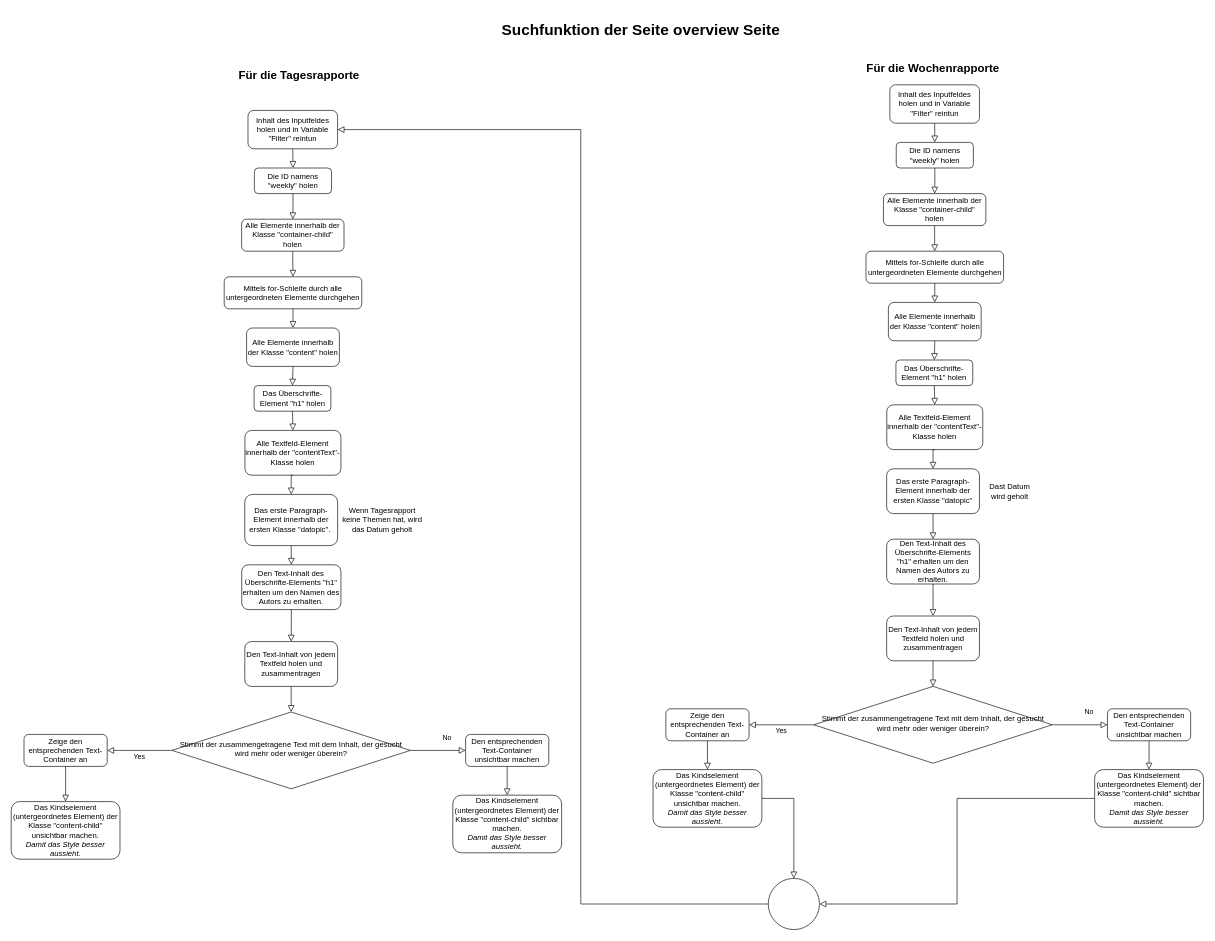
olivierluethy/IPA_Journey keeps this draw.io diagram as diagramms/Activity Diagram Search Function.drawio. Above is the earlier version. Source tidied: cells renumbered, new cells numbered last; positions are measured from the earlier drawing's top-left corner, leaving out a move shared by most shapes. Both pictures are drawn from the tidied source at 64%, with x=0, y=0 at pixel (11, 20).
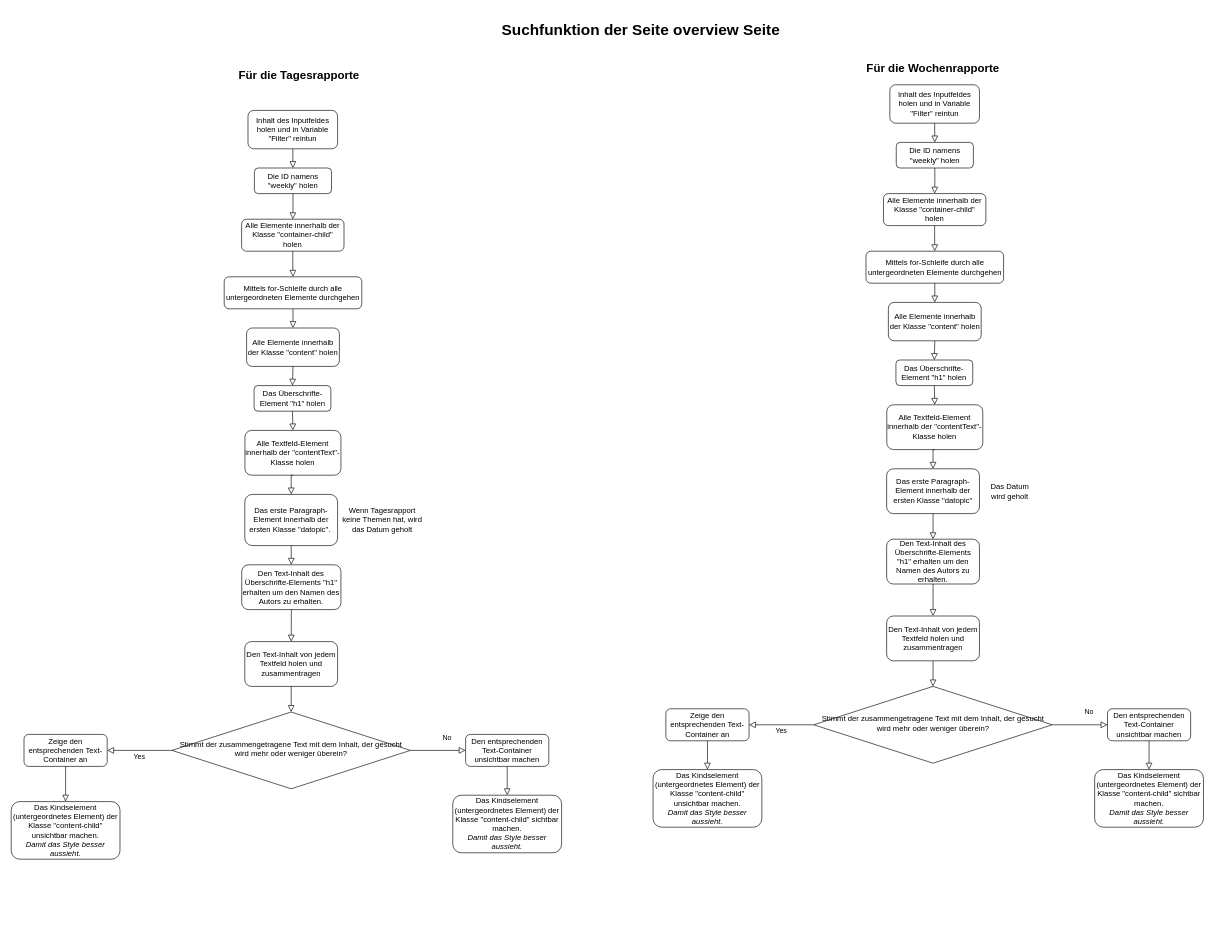
Above is the later version.

Unchanged cells that the change refers to:
```xml
<mxCell id="3" value="Inhalt des Inputfeldes holen und in Variable &quot;Filter&quot; reintun" style="rounded=1;whiteSpace=wrap;html=1;fontSize=12;glass=0;strokeWidth=1;shadow=0;" parent="1" vertex="1">
  <mxGeometry x="370" y="140" width="140" height="60" as="geometry" />
</mxCell>
<mxCell id="54" value="Das Kindselement (untergeordnetes Element) der Klasse &quot;content-child&quot; unsichtbar machen.&lt;br&gt;&lt;i&gt;Damit das Style besser aussieht.&lt;/i&gt;" style="rounded=1;whiteSpace=wrap;html=1;fontSize=12;glass=0;strokeWidth=1;shadow=0;" parent="1" vertex="1">
  <mxGeometry x="1002.9" y="1170" width="170" height="90" as="geometry" />
</mxCell>
<mxCell id="59" value="Das Kindselement (untergeordnetes Element) der Klasse &quot;content-child&quot; sichtbar machen.&lt;br&gt;&lt;i&gt;Damit das Style besser aussieht.&lt;/i&gt;" style="rounded=1;whiteSpace=wrap;html=1;fontSize=12;glass=0;strokeWidth=1;shadow=0;" parent="1" vertex="1">
  <mxGeometry x="1692.9" y="1170" width="170" height="90" as="geometry" />
</mxCell>
```

Diff of the diagram source:
```diff
@@
-    <mxCell id="64" value="Dast Datum wird geholt" style="text;html=1;strokeColor=none;fillColor=none;align=center;verticalAlign=middle;whiteSpace=wrap;rounded=0;" parent="1" vertex="1">
+    <mxCell id="64" value="Das Datum wird geholt" style="text;html=1;strokeColor=none;fillColor=none;align=center;verticalAlign=middle;whiteSpace=wrap;rounded=0;" parent="1" vertex="1">
       <mxGeometry x="1518.1" y="720" width="84.8" height="30" as="geometry" />
     </mxCell>
-    <mxCell id="65" style="ellipse;whiteSpace=wrap;html=1;" parent="1" vertex="1">
-      <mxGeometry x="1182.9" y="1340" width="80" height="80" as="geometry" />
-    </mxCell>
-    <mxCell id="66" style="rounded=0;html=1;jettySize=auto;fontSize=11;endArrow=block;endFill=0;endSize=8;strokeWidth=1;shadow=0;labelBackgroundColor=none;edgeStyle=orthogonalEdgeStyle;entryX=0.5;entryY=0;entryDx=0;entryDy=0;exitX=1;exitY=0.5;exitDx=0;exitDy=0;" parent="1" edge="1" source="54" target="65">
-      <mxGeometry x="0.33" y="20" relative="1" as="geometry" />
-    </mxCell>
-    <mxCell id="67" style="rounded=0;html=1;jettySize=auto;fontSize=11;endArrow=block;endFill=0;endSize=8;strokeWidth=1;shadow=0;labelBackgroundColor=none;edgeStyle=orthogonalEdgeStyle;entryX=1;entryY=0.5;entryDx=0;entryDy=0;exitX=0;exitY=0.5;exitDx=0;exitDy=0;" parent="1" edge="1" source="59" target="65">
-      <mxGeometry x="0.33" y="20" relative="1" as="geometry" />
-    </mxCell>
-    <mxCell id="68" style="rounded=0;html=1;jettySize=auto;fontSize=11;endArrow=block;endFill=0;endSize=8;strokeWidth=1;shadow=0;labelBackgroundColor=none;edgeStyle=orthogonalEdgeStyle;exitX=0;exitY=0.5;exitDx=0;exitDy=0;entryX=1;entryY=0.5;entryDx=0;entryDy=0;" parent="1" edge="1" source="65" target="3">
-      <mxGeometry x="0.33" y="20" relative="1" as="geometry">
-        <Array as="points">
-          <mxPoint x="890" y="1380" />
-          <mxPoint x="890" y="170" />
-        </Array>
-      </mxGeometry>
-    </mxCell>
```
